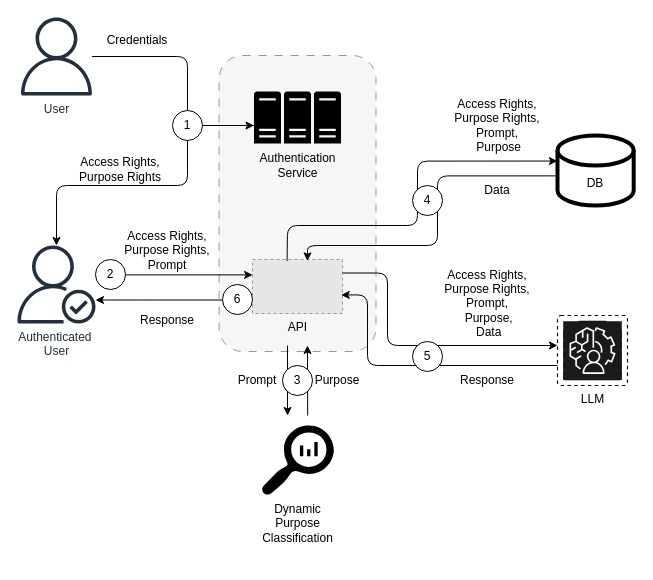
This is architecture-v1.drawio from bodejan/ChatPBAC, a draw.io file, before an edit. Source tidied: cells renumbered, new cells numbered last; positions are measured from the earlier drawing's top-left corner, leaving out a move shared by most shapes. Both pictures are drawn from the tidied source at 100%, with x=0, y=0 at pixel (17, 17). Pictures stored in the file or linked from it are replaced by grey dashed boxes.
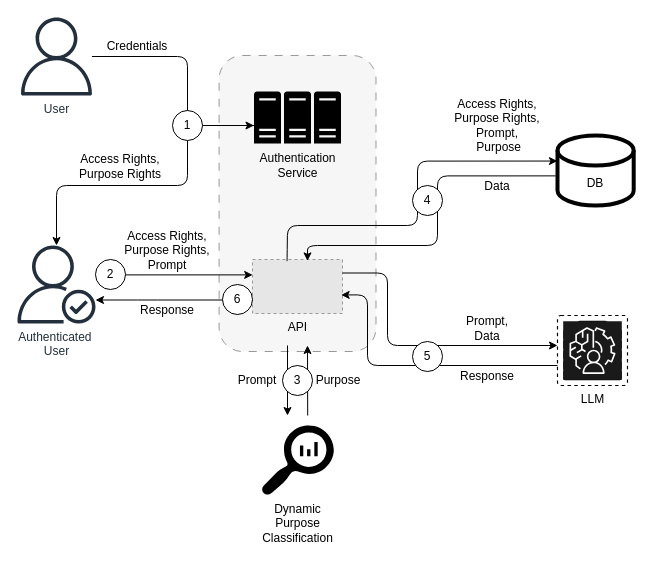
After the change.

Unchanged cells that the change refers to:
```xml
<mxCell id="23" style="group;" parent="1" vertex="1">
  <mxGeometry x="210" y="328" width="140" height="70" as="geometry" />
</mxCell>
```

Diff of the diagram source:
```diff
@@
     <mxCell id="16" value="Access Rights,&lt;br&gt;Purpose Rights" style="text;html=1;align=center;verticalAlign=middle;whiteSpace=wrap;rounded=0;" parent="1" vertex="1">
-      <mxGeometry x="43.1" y="137" width="120" height="30" as="geometry" />
+      <mxGeometry x="43.1" y="134" width="120" height="30" as="geometry" />
     </mxCell>
@@
     <mxCell id="21" value="Data" style="text;html=1;align=center;verticalAlign=middle;whiteSpace=wrap;rounded=0;" parent="1" vertex="1">
-      <mxGeometry x="450" y="158" width="60" height="30" as="geometry" />
+      <mxGeometry x="450" y="154" width="60" height="30" as="geometry" />
     </mxCell>
@@
     <mxCell id="27" value="Purpose" style="text;html=1;align=center;verticalAlign=middle;whiteSpace=wrap;rounded=0;" parent="23" vertex="1">
-      <mxGeometry x="80" y="20" width="60" height="30" as="geometry" />
+      <mxGeometry x="81" y="20" width="60" height="30" as="geometry" />
     </mxCell>
@@
-    <mxCell id="30" value="Access Rights,&lt;br&gt;Purpose Rights,&lt;br&gt;Prompt,&lt;br&gt;&amp;nbsp;Purpose,&lt;br&gt;&amp;nbsp;Data" style="text;html=1;align=center;verticalAlign=middle;whiteSpace=wrap;rounded=0;" parent="1" vertex="1">
-      <mxGeometry x="410" y="266" width="120" height="40" as="geometry" />
+    <mxCell id="30" value="Prompt,&lt;br&gt;Data" style="text;html=1;align=center;verticalAlign=middle;whiteSpace=wrap;rounded=0;" parent="1" vertex="1">
+      <mxGeometry x="410" y="291" width="120" height="40" as="geometry" />
     </mxCell>
     <mxCell id="31" value="Response" style="text;html=1;align=center;verticalAlign=middle;whiteSpace=wrap;rounded=0;" parent="1" vertex="1">
-      <mxGeometry x="440" y="348" width="60" height="30" as="geometry" />
+      <mxGeometry x="440" y="344" width="60" height="30" as="geometry" />
     </mxCell>
     <mxCell id="32" value="Response" style="text;html=1;align=center;verticalAlign=middle;whiteSpace=wrap;rounded=0;" parent="1" vertex="1">
-      <mxGeometry x="120" y="288" width="60" height="30" as="geometry" />
+      <mxGeometry x="120" y="288" width="60" height="10" as="geometry" />
     </mxCell>
@@
     <mxCell id="34" value="Credentials" style="text;html=1;align=center;verticalAlign=middle;whiteSpace=wrap;rounded=0;" parent="1" vertex="1">
-      <mxGeometry x="90" y="8" width="60" height="30" as="geometry" />
+      <mxGeometry x="90" y="14" width="60" height="30" as="geometry" />
     </mxCell>
```
